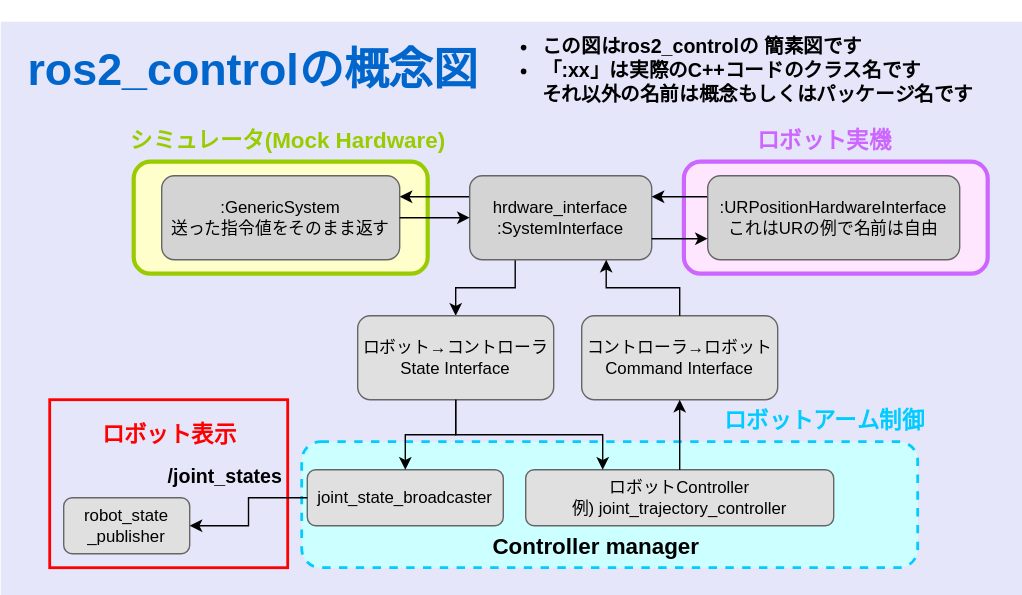
Before: slides/ros-simulator-connection/media/ros2_control_simplify.drawio.svg, a diagram exported from draw.io (YusakuNakajima/zero_ros). Source tidied: cells renumbered, new cells last; positions are measured from the earlier drawing's top-left corner, leaving out a move shared by most shapes. Its diagram source:
```xml
<mxGraphModel>
  <root>
    <mxCell id="0" />
    <mxCell id="1" parent="0" />
    <mxCell id="2" style="rounded=0;whiteSpace=wrap;html=1;fillColor=#E6E6FA;strokeColor=none;" parent="1" vertex="1">
      <mxGeometry y="15" width="730" height="410" as="geometry" />
    </mxCell>
    <mxCell id="3" value="ros2_controlの概念図" style="text;html=1;align=center;verticalAlign=middle;strokeColor=none;fillColor=none;fontSize=32;fontColor=#0066CC;fontStyle=1;" parent="1" vertex="1">
      <mxGeometry x="15" y="25" width="330" height="50" as="geometry" />
    </mxCell>
    <mxCell id="4" value="&lt;div style=&quot;&quot;&gt;&lt;ul&gt;&lt;li&gt;&lt;font style=&quot;color: rgb(0, 0, 0);&quot;&gt;&lt;b&gt;&lt;span style=&quot;background-color: transparent;&quot;&gt;この図はros2_controlの&lt;/span&gt;&lt;span style=&quot;background-color: transparent;&quot;&gt;簡素図です&lt;/span&gt;&lt;/b&gt;&lt;/font&gt;&lt;/li&gt;&lt;li&gt;&lt;span style=&quot;color: rgb(0, 0, 0);&quot;&gt;&lt;font style=&quot;color: rgb(0, 0, 0);&quot;&gt;&lt;b&gt;「:xx」は実際のC++コードのクラス名です&lt;br&gt;それ以外の名前は概念もしくはパッケージ名です&lt;/b&gt;&lt;/font&gt;&lt;/span&gt;&lt;/li&gt;&lt;/ul&gt;&lt;/div&gt;" style="text;html=1;align=left;verticalAlign=middle;strokeColor=none;fillColor=none;fontSize=14;" parent="1" vertex="1">
      <mxGeometry x="345" width="370" height="100" as="geometry" />
    </mxCell>
    <mxCell id="5" style="rounded=1;whiteSpace=wrap;html=1;fillColor=#FFFFCC;strokeColor=#99CC00;strokeWidth=3;" parent="1" vertex="1">
      <mxGeometry x="95" y="115" width="210" height="80" as="geometry" />
    </mxCell>
    <mxCell id="6" value="シミュレータ(Mock Hardware)" style="text;html=1;align=center;verticalAlign=middle;strokeColor=none;fillColor=none;fontSize=16;fontColor=#99CC00;fontStyle=1;" parent="1" vertex="1">
      <mxGeometry x="85" y="85" width="240" height="30" as="geometry" />
    </mxCell>
    <mxCell id="7" value=":GenericSystem&lt;br&gt;送った指令値をそのまま返す" style="rounded=1;whiteSpace=wrap;html=1;fillColor=#D4D4D4;strokeColor=#666666;" parent="1" vertex="1">
      <mxGeometry x="115" y="125" width="170" height="60" as="geometry" />
    </mxCell>
    <mxCell id="8" style="edgeStyle=none;html=1;exitX=0;exitY=0.25;exitDx=0;exitDy=0;entryX=1;entryY=0.25;entryDx=0;entryDy=0;" parent="1" edge="1" source="10" target="7">
      <mxGeometry relative="1" as="geometry" />
    </mxCell>
    <mxCell id="9" style="edgeStyle=orthogonalEdgeStyle;html=1;exitX=0.25;exitY=1;exitDx=0;exitDy=0;entryX=0.5;entryY=0;entryDx=0;entryDy=0;rounded=0;curved=0;" parent="1" edge="1" source="10" target="15">
      <mxGeometry relative="1" as="geometry" />
    </mxCell>
    <mxCell id="10" value="hrdware_interface&lt;br&gt;:SystemInterface" style="rounded=1;whiteSpace=wrap;html=1;fillColor=#D4D4D4;strokeColor=#666666;" parent="1" vertex="1">
      <mxGeometry x="335" y="125" width="130" height="60" as="geometry" />
    </mxCell>
    <mxCell id="11" style="rounded=1;whiteSpace=wrap;html=1;fillColor=#FFE6FF;strokeColor=#CC66FF;strokeWidth=3;" parent="1" vertex="1">
      <mxGeometry x="488" y="115" width="217" height="80" as="geometry" />
    </mxCell>
    <mxCell id="12" value="ロボット実機" style="text;html=1;align=center;verticalAlign=middle;strokeColor=none;fillColor=none;fontSize=16;fontColor=#CC66FF;fontStyle=1;" parent="1" vertex="1">
      <mxGeometry x="528" y="85" width="120" height="30" as="geometry" />
    </mxCell>
    <mxCell id="13" style="edgeStyle=none;html=1;exitX=0;exitY=0.25;exitDx=0;exitDy=0;entryX=1;entryY=0.25;entryDx=0;entryDy=0;" parent="1" edge="1" source="14" target="10">
      <mxGeometry relative="1" as="geometry" />
    </mxCell>
    <mxCell id="14" value=":URPositionHardwareInterface&lt;br&gt;これはURの例で名前は自由" style="rounded=1;whiteSpace=wrap;html=1;fillColor=#D4D4D4;strokeColor=#666666;" parent="1" vertex="1">
      <mxGeometry x="505" y="125" width="180" height="60" as="geometry" />
    </mxCell>
    <mxCell id="15" value="ロボット→コントローラ&lt;br&gt;State Interface" style="rounded=1;whiteSpace=wrap;html=1;fillColor=#E0E0E0;strokeColor=#666666;" parent="1" vertex="1">
      <mxGeometry x="255" y="225" width="140" height="60" as="geometry" />
    </mxCell>
    <mxCell id="16" value="コントローラ→ロボット&lt;br&gt;Command Interface" style="rounded=1;whiteSpace=wrap;html=1;fillColor=#E0E0E0;strokeColor=#666666;" parent="1" vertex="1">
      <mxGeometry x="415" y="225" width="140" height="60" as="geometry" />
    </mxCell>
    <mxCell id="17" style="rounded=1;whiteSpace=wrap;html=1;fillColor=#CCFFFF;strokeColor=#00CCFF;strokeWidth=2;dashed=1;" parent="1" vertex="1">
      <mxGeometry x="215" y="315" width="440" height="90" as="geometry" />
    </mxCell>
    <mxCell id="18" value="Controller manager" style="text;html=1;align=center;verticalAlign=middle;strokeColor=none;fillColor=none;fontSize=16;fontStyle=1;" parent="1" vertex="1">
      <mxGeometry x="345" y="375" width="160" height="30" as="geometry" />
    </mxCell>
    <mxCell id="19" value="&lt;span style=&quot;color: rgb(0, 0, 0);&quot;&gt;joint_state_broadcaster&lt;/span&gt;" style="rounded=1;whiteSpace=wrap;html=1;fillColor=#E0E0E0;strokeColor=#666666;" parent="1" vertex="1">
      <mxGeometry x="219" y="335" width="140" height="40" as="geometry" />
    </mxCell>
    <mxCell id="20" value="ロボットController&lt;br&gt;例) joint_trajectory_controller" style="rounded=1;whiteSpace=wrap;html=1;fillColor=#E0E0E0;strokeColor=#666666;" parent="1" vertex="1">
      <mxGeometry x="375" y="335" width="220" height="40" as="geometry" />
    </mxCell>
    <mxCell id="21" style="rounded=0;whiteSpace=wrap;html=1;fillColor=none;strokeColor=#FF0000;strokeWidth=2;" parent="1" vertex="1">
      <mxGeometry x="35" y="285" width="170" height="120" as="geometry" />
    </mxCell>
    <mxCell id="22" value="ロボット表示" style="text;html=1;align=center;verticalAlign=middle;strokeColor=none;fillColor=none;fontSize=16;fontColor=#FF0000;fontStyle=1;" parent="1" vertex="1">
      <mxGeometry x="60" y="295" width="120" height="30" as="geometry" />
    </mxCell>
    <mxCell id="23" value="robot_state&lt;br&gt;_publisher" style="rounded=1;whiteSpace=wrap;html=1;fillColor=#E0E0E0;strokeColor=#666666;" parent="1" vertex="1">
      <mxGeometry x="45" y="355" width="90" height="40" as="geometry" />
    </mxCell>
    <mxCell id="24" value="&lt;span style=&quot;color: rgb(0, 0, 0); font-size: 14px; font-weight: 700; text-wrap-mode: wrap;&quot;&gt;/joint_states&lt;/span&gt;" style="text;html=1;align=center;verticalAlign=middle;strokeColor=none;fillColor=none;fontSize=12;" parent="1" vertex="1">
      <mxGeometry x="105" y="325" width="110" height="30" as="geometry" />
    </mxCell>
    <mxCell id="25" value="ロボットアーム制御" style="text;html=1;align=center;verticalAlign=middle;strokeColor=none;fillColor=none;fontSize=16;fontColor=#00CCFF;fontStyle=1;" parent="1" vertex="1">
      <mxGeometry x="513" y="285" width="150" height="30" as="geometry" />
    </mxCell>
    <mxCell id="26" style="edgeStyle=orthogonalEdgeStyle;rounded=0;jettySize=auto;html=1;entryX=0;entryY=0.5;entryDx=0;entryDy=0;exitX=1;exitY=0.5;exitDx=0;exitDy=0;" parent="1" edge="1" source="7" target="10">
      <mxGeometry relative="1" as="geometry" />
    </mxCell>
    <mxCell id="27" style="edgeStyle=orthogonalEdgeStyle;rounded=0;jettySize=auto;html=1;exitX=1;exitY=0.75;exitDx=0;exitDy=0;entryX=0;entryY=0.75;entryDx=0;entryDy=0;" parent="1" edge="1" source="10" target="14">
      <mxGeometry relative="1" as="geometry" />
    </mxCell>
    <mxCell id="28" style="edgeStyle=orthogonalEdgeStyle;rounded=0;jettySize=auto;html=1;entryX=0.5;entryY=0;entryDx=0;entryDy=0;exitX=0.5;exitY=1;exitDx=0;exitDy=0;" parent="1" edge="1" source="15" target="19">
      <mxGeometry relative="1" as="geometry" />
    </mxCell>
    <mxCell id="29" style="edgeStyle=orthogonalEdgeStyle;rounded=0;jettySize=auto;html=1;entryX=1;entryY=0.5;entryDx=0;entryDy=0;exitX=0;exitY=0.5;exitDx=0;exitDy=0;" parent="1" edge="1" source="19" target="23">
      <mxGeometry relative="1" as="geometry" />
    </mxCell>
    <mxCell id="30" style="edgeStyle=none;html=1;startArrow=classic;startFill=1;endArrow=none;endFill=0;" parent="1" edge="1" source="16" target="20">
      <mxGeometry relative="1" as="geometry" />
    </mxCell>
    <mxCell id="31" style="edgeStyle=orthogonalEdgeStyle;html=1;exitX=0.5;exitY=1;exitDx=0;exitDy=0;entryX=0.25;entryY=0;entryDx=0;entryDy=0;rounded=0;curved=0;" parent="1" edge="1" source="15" target="20">
      <mxGeometry relative="1" as="geometry" />
    </mxCell>
    <mxCell id="32" style="edgeStyle=orthogonalEdgeStyle;html=1;entryX=0.75;entryY=1;entryDx=0;entryDy=0;rounded=0;curved=0;" parent="1" edge="1" source="16" target="10">
      <mxGeometry relative="1" as="geometry" />
    </mxCell>
  </root>
</mxGraphModel>
```
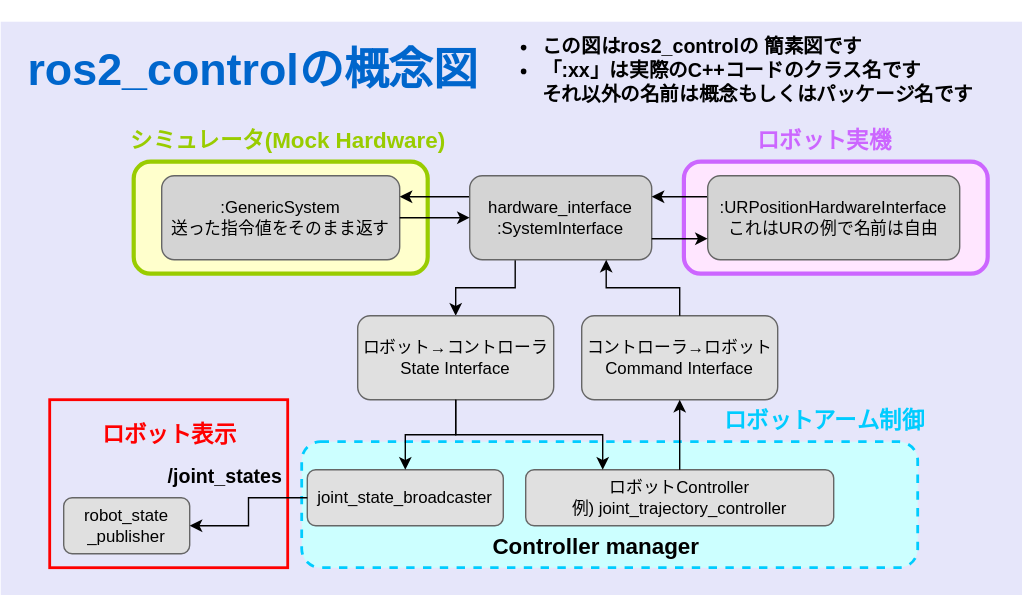
The same file after the commit.

What changed in the source:
```diff
@@ -26,7 +26,7 @@
     <mxCell id="9" style="edgeStyle=orthogonalEdgeStyle;html=1;exitX=0.25;exitY=1;exitDx=0;exitDy=0;entryX=0.5;entryY=0;entryDx=0;entryDy=0;rounded=0;curved=0;" parent="1" edge="1" source="10" target="15">
       <mxGeometry relative="1" as="geometry" />
     </mxCell>
-    <mxCell id="10" value="hrdware_interface&lt;br&gt;:SystemInterface" style="rounded=1;whiteSpace=wrap;html=1;fillColor=#D4D4D4;strokeColor=#666666;" parent="1" vertex="1">
+    <mxCell id="10" value="hardware_interface&lt;br&gt;:SystemInterface" style="rounded=1;whiteSpace=wrap;html=1;fillColor=#D4D4D4;strokeColor=#666666;" parent="1" vertex="1">
       <mxGeometry x="335" y="125" width="130" height="60" as="geometry" />
     </mxCell>
     <mxCell id="11" style="rounded=1;whiteSpace=wrap;html=1;fillColor=#FFE6FF;strokeColor=#CC66FF;strokeWidth=3;" parent="1" vertex="1">
```
